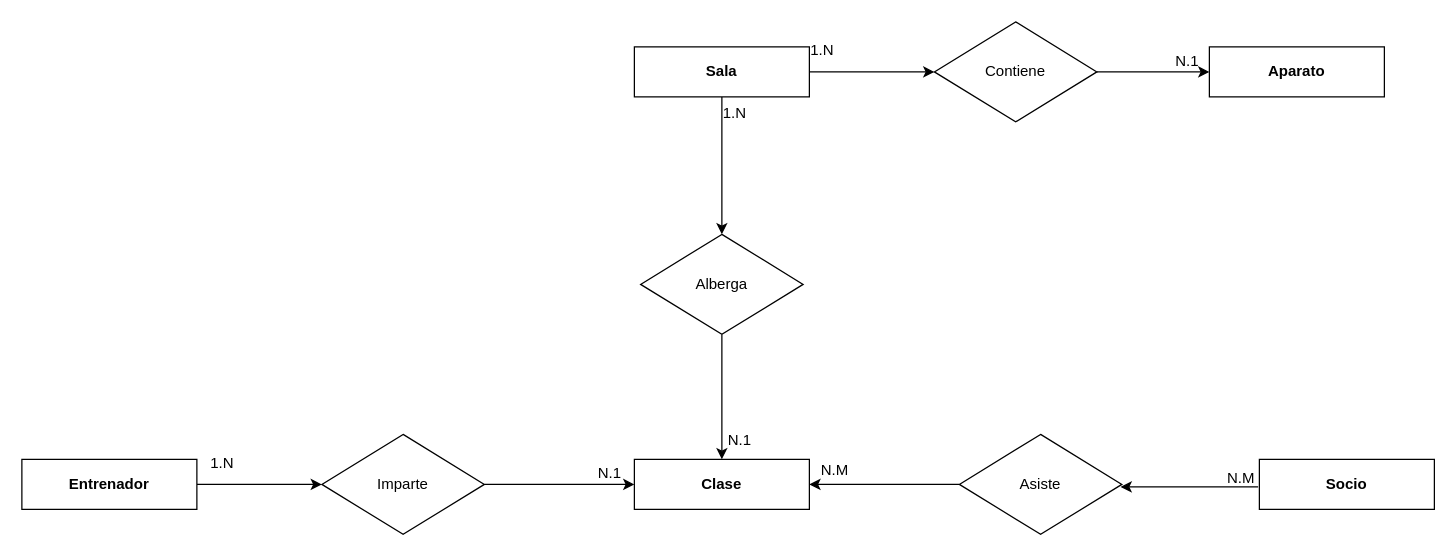
The draw.io diagram CASO4"A".drawio in konnylisethalucematorresCAMPUS/baseDeDatosJhon, before the edit. Source tidied: cells renumbered, new cells numbered last; positions are measured from the earlier drawing's top-left corner, leaving out a move shared by most shapes. Both pictures are drawn from the tidied source at 125%, with x=0, y=0 at pixel (21, 21).
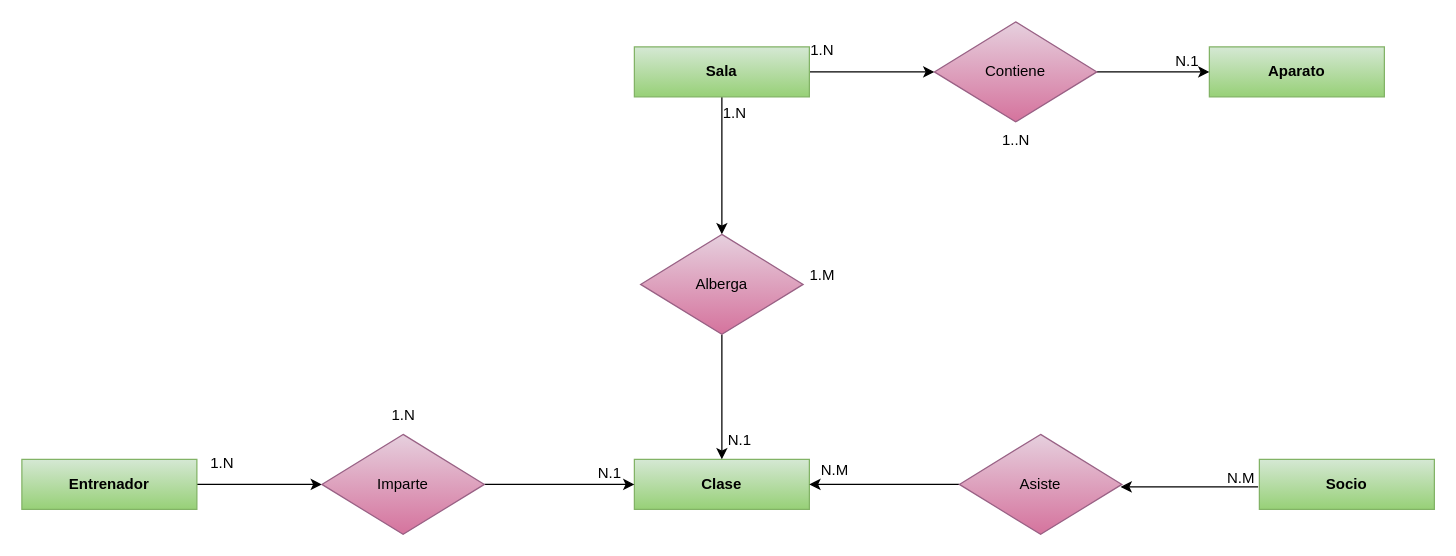
After the change.

What changed in the source:
```diff
@@
-    <mxCell id="4" value="&lt;b&gt;Sala&lt;/b&gt;" style="rounded=0;whiteSpace=wrap;html=1;" parent="1" vertex="1">
+    <mxCell id="4" value="&lt;b&gt;Sala&lt;/b&gt;" style="rounded=0;whiteSpace=wrap;html=1;fillColor=#d5e8d4;strokeColor=#82b366;gradientColor=#97d077;" parent="1" vertex="1">
       <mxGeometry x="490" y="20" width="140" height="40" as="geometry" />
     </mxCell>
-    <mxCell id="5" value="&lt;b&gt;Aparato&lt;/b&gt;" style="rounded=0;whiteSpace=wrap;html=1;" parent="1" vertex="1">
+    <mxCell id="5" value="&lt;b&gt;Aparato&lt;/b&gt;" style="rounded=0;whiteSpace=wrap;html=1;fillColor=#d5e8d4;gradientColor=#97d077;strokeColor=#82b366;" parent="1" vertex="1">
       <mxGeometry x="950" y="20" width="140" height="40" as="geometry" />
     </mxCell>
-    <mxCell id="6" value="&lt;b&gt;Clase&lt;/b&gt;" style="rounded=0;whiteSpace=wrap;html=1;" parent="1" vertex="1">
+    <mxCell id="6" value="&lt;b&gt;Clase&lt;/b&gt;" style="rounded=0;whiteSpace=wrap;html=1;fillColor=#d5e8d4;gradientColor=#97d077;strokeColor=#82b366;" parent="1" vertex="1">
       <mxGeometry x="490" y="350" width="140" height="40" as="geometry" />
     </mxCell>
@@
-    <mxCell id="8" value="&lt;b&gt;Entrenador&lt;/b&gt;" style="rounded=0;whiteSpace=wrap;html=1;" parent="1" vertex="1">
+    <mxCell id="8" value="&lt;b&gt;Entrenador&lt;/b&gt;" style="rounded=0;whiteSpace=wrap;html=1;fillColor=#d5e8d4;gradientColor=#97d077;strokeColor=#82b366;" parent="1" vertex="1">
       <mxGeometry y="350" width="140" height="40" as="geometry" />
     </mxCell>
@@
-    <mxCell id="10" value="&lt;b&gt;Socio&lt;/b&gt;" style="rounded=0;whiteSpace=wrap;html=1;" parent="1" vertex="1">
+    <mxCell id="10" value="&lt;b&gt;Socio&lt;/b&gt;" style="rounded=0;whiteSpace=wrap;html=1;fillColor=#d5e8d4;gradientColor=#97d077;strokeColor=#82b366;" parent="1" vertex="1">
       <mxGeometry x="990" y="350" width="140" height="40" as="geometry" />
     </mxCell>
@@
-    <mxCell id="12" value="Imparte" style="rhombus;whiteSpace=wrap;html=1;" parent="1" vertex="1">
+    <mxCell id="12" value="Imparte" style="rhombus;whiteSpace=wrap;html=1;fillColor=#e6d0de;gradientColor=#d5739d;strokeColor=#996185;" parent="1" vertex="1">
       <mxGeometry x="240" y="330" width="130" height="80" as="geometry" />
     </mxCell>
@@
-    <mxCell id="14" value="Alberga" style="rhombus;whiteSpace=wrap;html=1;" parent="1" vertex="1">
+    <mxCell id="14" value="Alberga" style="rhombus;whiteSpace=wrap;html=1;fillColor=#e6d0de;gradientColor=#d5739d;strokeColor=#996185;" parent="1" vertex="1">
       <mxGeometry x="495" y="170" width="130" height="80" as="geometry" />
     </mxCell>
@@
-    <mxCell id="16" value="Contiene" style="rhombus;whiteSpace=wrap;html=1;" parent="1" vertex="1">
+    <mxCell id="16" value="Contiene" style="rhombus;whiteSpace=wrap;html=1;fillColor=#e6d0de;gradientColor=#d5739d;strokeColor=#996185;" parent="1" vertex="1">
       <mxGeometry x="730" width="130" height="80" as="geometry" />
     </mxCell>
@@
-    <mxCell id="18" value="Asiste" style="rhombus;whiteSpace=wrap;html=1;" parent="1" vertex="1">
+    <mxCell id="18" value="Asiste" style="rhombus;whiteSpace=wrap;html=1;fillColor=#e6d0de;gradientColor=#d5739d;strokeColor=#996185;" parent="1" vertex="1">
       <mxGeometry x="750" y="330" width="130" height="80" as="geometry" />
     </mxCell>
@@
+    <mxCell id="27" value="1..N" style="text;html=1;align=center;verticalAlign=middle;strokeColor=none;fillColor=none;" parent="1" vertex="1">
+      <mxGeometry x="770" y="80" width="50" height="30" as="geometry" />
+    </mxCell>
+    <mxCell id="28" value="1.M" style="text;html=1;align=center;verticalAlign=middle;strokeColor=none;fillColor=none;" parent="1" vertex="1">
+      <mxGeometry x="620" y="188" width="40" height="30" as="geometry" />
+    </mxCell>
+    <mxCell id="29" value="1.N" style="text;html=1;align=center;verticalAlign=middle;strokeColor=none;fillColor=none;" parent="1" vertex="1">
+      <mxGeometry x="285" y="300" width="40" height="30" as="geometry" />
+    </mxCell>
```
